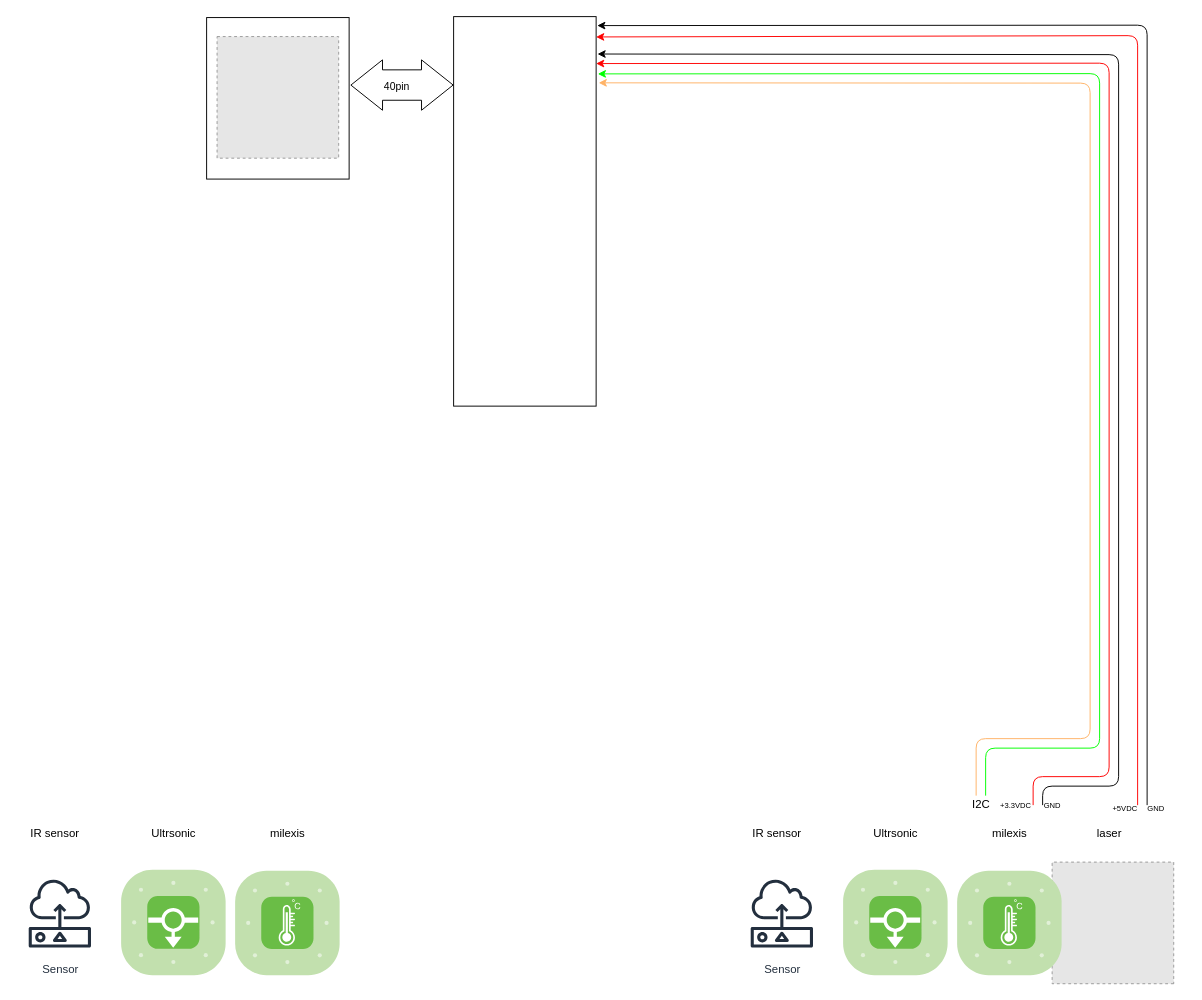
Before: ribon-diagram.drawio in 2zlodey/4drawio, a draw.io diagram. Source tidied: cells renumbered, new cells numbered last; positions are measured from the earlier drawing's top-left corner, leaving out a move shared by most shapes. Both pictures are drawn from the tidied source at 95%, with x=0, y=0 at pixel (16, 16). Pictures stored in the file or linked from it are replaced by grey dashed boxes.
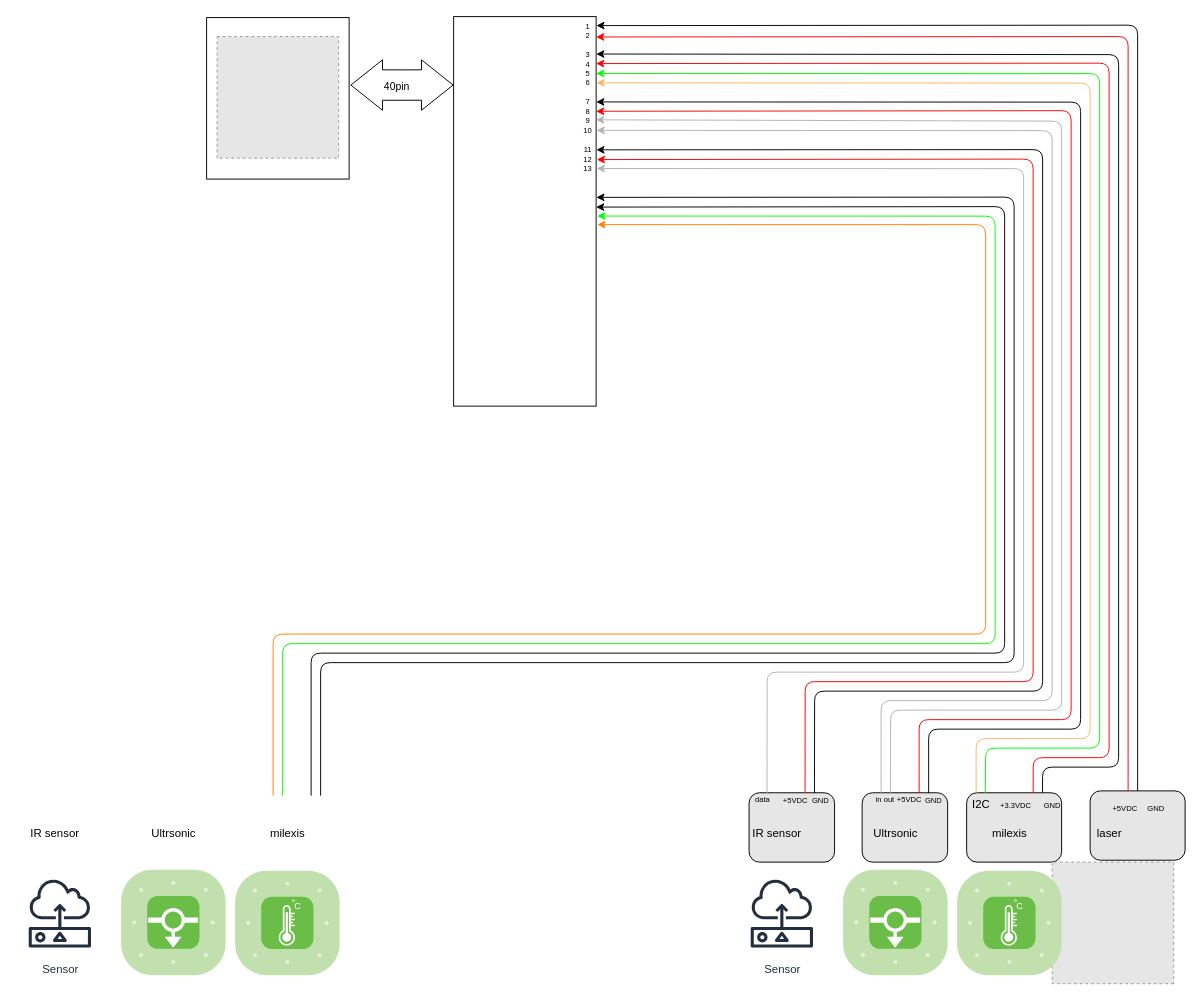
The same page after the edit.

The change refers to these unchanged cells:
```xml
<mxCell id="4" style="rounded=0;whiteSpace=wrap;html=1;" parent="1" vertex="1">
  <mxGeometry x="460" width="150" height="410" as="geometry" />
</mxCell>
```

Diff of the diagram source:
```diff
@@
+    <mxCell id="32" style="rounded=1;whiteSpace=wrap;html=1;fontSize=8;fillColor=#E6E6E6;" parent="1" vertex="1">
+      <mxGeometry x="890" y="817" width="90" height="73" as="geometry" />
+    </mxCell>
+    <mxCell id="33" value="&lt;div style=&quot;font-size: 8px&quot;&gt;&lt;font style=&quot;font-size: 8px&quot;&gt;+5VDC&lt;/font&gt;&lt;/div&gt;" style="text;html=1;strokeColor=none;fillColor=none;align=center;verticalAlign=middle;whiteSpace=wrap;rounded=0;" parent="1" vertex="1">
+      <mxGeometry x="920" y="814" width="40" height="20" as="geometry" />
+    </mxCell>
+    <mxCell id="34" style="rounded=1;whiteSpace=wrap;html=1;fontSize=8;fillColor=#E6E6E6;" parent="1" vertex="1">
+      <mxGeometry x="1130" y="815" width="100" height="73" as="geometry" />
+    </mxCell>
+    <mxCell id="35" style="rounded=1;whiteSpace=wrap;html=1;fontSize=8;fillColor=#E6E6E6;" parent="1" vertex="1">
+      <mxGeometry x="1000" y="817" width="100" height="73" as="geometry" />
+    </mxCell>
+    <mxCell id="36" style="rounded=1;whiteSpace=wrap;html=1;fontSize=8;fillColor=#E6E6E6;" parent="1" vertex="1">
+      <mxGeometry x="771" y="817" width="90" height="73" as="geometry" />
+    </mxCell>
@@
-    <mxCell id="21" style="endArrow=classic;html=1;entryX=1.008;entryY=0.023;entryDx=0;entryDy=0;entryPerimeter=0;" parent="1" edge="1" target="4">
+    <mxCell id="21" style="endArrow=classic;html=1;entryX=1.002;entryY=0.023;entryDx=0;entryDy=0;entryPerimeter=0;exitX=0.5;exitY=0;exitDx=0;exitDy=0;" parent="1" edge="1" source="34" target="4">
       <mxGeometry relative="1" as="geometry">
-        <mxPoint x="1190" y="830" as="sourcePoint" />
         <Array as="points">
-          <mxPoint x="1190" y="9" />
+          <mxPoint x="1180" y="9" />
         </Array>
       </mxGeometry>
     </mxCell>
-    <mxCell id="22" style="endArrow=classic;html=1;entryX=1.008;entryY=0.023;entryDx=0;entryDy=0;entryPerimeter=0;strokeColor=#FF0000;" parent="1" edge="1">
+    <mxCell id="22" style="endArrow=classic;html=1;entryX=1.008;entryY=0.023;entryDx=0;entryDy=0;entryPerimeter=0;strokeColor=#FF0000;exitX=0.4;exitY=0.001;exitDx=0;exitDy=0;exitPerimeter=0;" parent="1" edge="1" source="34">
       <mxGeometry relative="1" as="geometry">
-        <mxPoint x="1180" y="830" as="sourcePoint" />
         <mxPoint x="610" y="21.4" as="targetPoint" />
         <Array as="points">
-          <mxPoint x="1180" y="20" />
+          <mxPoint x="1170" y="790" />
+          <mxPoint x="1170" y="21" />
         </Array>
       </mxGeometry>
     </mxCell>
@@
-    <mxCell id="25" style="endArrow=classic;html=1;entryX=1.01;entryY=0.096;entryDx=0;entryDy=0;entryPerimeter=0;" parent="1" edge="1" target="4">
+    <mxCell id="25" style="endArrow=classic;html=1;entryX=1.001;entryY=0.096;entryDx=0;entryDy=0;entryPerimeter=0;exitX=0.799;exitY=0;exitDx=0;exitDy=0;exitPerimeter=0;" parent="1" edge="1" source="35" target="4">
       <mxGeometry relative="1" as="geometry">
-        <mxPoint x="1080" y="830" as="sourcePoint" />
         <Array as="points">
-          <mxPoint x="1080" y="810" />
-          <mxPoint x="1160" y="810" />
+          <mxPoint x="1080" y="790" />
+          <mxPoint x="1160" y="790" />
           <mxPoint x="1160" y="40" />
         </Array>
       </mxGeometry>
     </mxCell>
-    <mxCell id="26" style="endArrow=classic;html=1;entryX=1.01;entryY=0.096;entryDx=0;entryDy=0;entryPerimeter=0;strokeColor=#FF0000;" parent="1" edge="1">
+    <mxCell id="26" style="endArrow=classic;html=1;entryX=1.01;entryY=0.096;entryDx=0;entryDy=0;entryPerimeter=0;strokeColor=#FF0000;exitX=0.701;exitY=-0.001;exitDx=0;exitDy=0;exitPerimeter=0;" parent="1" edge="1" source="35">
       <mxGeometry relative="1" as="geometry">
-        <mxPoint x="1070" y="830" as="sourcePoint" />
         <mxPoint x="610" y="49.4" as="targetPoint" />
         <Array as="points">
-          <mxPoint x="1070" y="800" />
-          <mxPoint x="1150" y="800" />
+          <mxPoint x="1070" y="780" />
+          <mxPoint x="1150" y="780" />
           <mxPoint x="1150" y="49" />
         </Array>
       </mxGeometry>
     </mxCell>
@@
-    <mxCell id="29" style="endArrow=classic;html=1;entryX=1.012;entryY=0.147;entryDx=0;entryDy=0;entryPerimeter=0;strokeColor=#00FF00;" parent="1" edge="1" target="4">
+    <mxCell id="29" style="endArrow=classic;html=1;entryX=1;entryY=0.146;entryDx=0;entryDy=0;entryPerimeter=0;strokeColor=#00FF00;exitX=0.197;exitY=0.006;exitDx=0;exitDy=0;exitPerimeter=0;" parent="1" edge="1" source="35" target="4">
       <mxGeometry relative="1" as="geometry">
-        <mxPoint x="1020" y="820" as="sourcePoint" />
         <Array as="points">
           <mxPoint x="1020" y="770" />
           <mxPoint x="1140" y="770" />
           <mxPoint x="1140" y="60" />
         </Array>
       </mxGeometry>
     </mxCell>
-    <mxCell id="30" style="endArrow=classic;html=1;entryX=1.018;entryY=0.17;entryDx=0;entryDy=0;entryPerimeter=0;strokeColor=#FFB366;" parent="1" edge="1" target="4">
+    <mxCell id="30" style="endArrow=classic;html=1;entryX=1.003;entryY=0.17;entryDx=0;entryDy=0;entryPerimeter=0;strokeColor=#FFB366;exitX=0.1;exitY=0.002;exitDx=0;exitDy=0;exitPerimeter=0;" parent="1" edge="1" source="35" target="4">
       <mxGeometry relative="1" as="geometry">
-        <mxPoint x="1010" y="820" as="sourcePoint" />
         <Array as="points">
           <mxPoint x="1010" y="760" />
           <mxPoint x="1130" y="760" />
           <mxPoint x="1130" y="70" />
         </Array>
       </mxGeometry>
     </mxCell>
@@
+    <mxCell id="37" style="endArrow=classic;html=1;entryX=1.001;entryY=0.219;entryDx=0;entryDy=0;entryPerimeter=0;exitX=1;exitY=0.167;exitDx=0;exitDy=0;exitPerimeter=0;" parent="1" edge="1" source="33" target="4">
+      <mxGeometry relative="1" as="geometry">
+        <Array as="points">
+          <mxPoint x="960" y="750" />
+          <mxPoint x="1120" y="750" />
+          <mxPoint x="1120" y="90" />
+        </Array>
+      </mxGeometry>
+    </mxCell>
+    <mxCell id="38" style="endArrow=classic;html=1;entryX=1;entryY=0.243;entryDx=0;entryDy=0;entryPerimeter=0;strokeColor=#FF0000;exitX=0.667;exitY=0.004;exitDx=0;exitDy=0;exitPerimeter=0;" parent="1" edge="1" source="32" target="4">
+      <mxGeometry relative="1" as="geometry">
+        <Array as="points">
+          <mxPoint x="950" y="740" />
+          <mxPoint x="1110" y="740" />
+          <mxPoint x="1110" y="99" />
+        </Array>
+      </mxGeometry>
+    </mxCell>
+    <mxCell id="39" style="endArrow=classic;html=1;entryX=1;entryY=0.265;entryDx=0;entryDy=0;entryPerimeter=0;strokeColor=#B3B3B3;exitX=0.332;exitY=-0.003;exitDx=0;exitDy=0;exitPerimeter=0;" parent="1" edge="1" source="32" target="4">
+      <mxGeometry relative="1" as="geometry">
+        <Array as="points">
+          <mxPoint x="920" y="730" />
+          <mxPoint x="1100" y="730" />
+          <mxPoint x="1100" y="110" />
+        </Array>
+      </mxGeometry>
+    </mxCell>
+    <mxCell id="40" style="endArrow=classic;html=1;entryX=1.004;entryY=0.292;entryDx=0;entryDy=0;entryPerimeter=0;strokeColor=#B3B3B3;exitX=0.222;exitY=0;exitDx=0;exitDy=0;exitPerimeter=0;" parent="1" edge="1" source="32" target="4">
+      <mxGeometry relative="1" as="geometry">
+        <Array as="points">
+          <mxPoint x="910" y="720" />
+          <mxPoint x="1090" y="720" />
+          <mxPoint x="1090" y="120" />
+        </Array>
+      </mxGeometry>
+    </mxCell>
+    <mxCell id="41" value="&lt;font style=&quot;font-size: 8px&quot;&gt;GND&lt;/font&gt;" style="text;html=1;align=center;verticalAlign=middle;" parent="1" vertex="1">
+      <mxGeometry x="950" y="814" width="30" height="20" as="geometry" />
+    </mxCell>
+    <mxCell id="42" value="&lt;div style=&quot;font-size: 8px&quot;&gt;&lt;font style=&quot;font-size: 8px&quot;&gt;in out&lt;/font&gt;&lt;/div&gt;" style="text;html=1;align=center;verticalAlign=middle;" parent="1" vertex="1">
+      <mxGeometry x="893.5" y="814" width="40" height="20" as="geometry" />
+    </mxCell>
+    <mxCell id="43" style="endArrow=classic;html=1;entryX=1.002;entryY=0.342;entryDx=0;entryDy=0;entryPerimeter=0;exitX=0.765;exitY=0.004;exitDx=0;exitDy=0;exitPerimeter=0;" parent="1" edge="1" source="36" target="4">
+      <mxGeometry relative="1" as="geometry">
+        <Array as="points">
+          <mxPoint x="840" y="710" />
+          <mxPoint x="1080" y="710" />
+          <mxPoint x="1080" y="140" />
+        </Array>
+      </mxGeometry>
+    </mxCell>
+    <mxCell id="44" style="endArrow=classic;html=1;entryX=1.005;entryY=0.367;entryDx=0;entryDy=0;entryPerimeter=0;strokeColor=#FF0000;exitX=0.655;exitY=0.003;exitDx=0;exitDy=0;exitPerimeter=0;" parent="1" edge="1" source="36" target="4">
+      <mxGeometry relative="1" as="geometry">
+        <Array as="points">
+          <mxPoint x="830" y="700" />
+          <mxPoint x="1070" y="700" />
+          <mxPoint x="1070" y="150" />
+        </Array>
+      </mxGeometry>
+    </mxCell>
+    <mxCell id="45" style="endArrow=classic;html=1;entryX=1.004;entryY=0.39;entryDx=0;entryDy=0;entryPerimeter=0;strokeColor=#B3B3B3;exitX=0.21;exitY=0.004;exitDx=0;exitDy=0;exitPerimeter=0;" parent="1" edge="1" source="36" target="4">
+      <mxGeometry relative="1" as="geometry">
+        <Array as="points">
+          <mxPoint x="790" y="690" />
+          <mxPoint x="1060" y="690" />
+          <mxPoint x="1060" y="160" />
+        </Array>
+      </mxGeometry>
+    </mxCell>
+    <mxCell id="46" value="&lt;div style=&quot;font-size: 8px&quot;&gt;&lt;font style=&quot;font-size: 8px&quot;&gt;+5VDC&lt;/font&gt;&lt;/div&gt;" style="text;html=1;strokeColor=none;fillColor=none;align=center;verticalAlign=middle;whiteSpace=wrap;rounded=0;" parent="1" vertex="1">
+      <mxGeometry x="800" y="815" width="40" height="20" as="geometry" />
+    </mxCell>
+    <mxCell id="47" value="&lt;font style=&quot;font-size: 8px&quot;&gt;GND&lt;/font&gt;" style="text;html=1;align=center;verticalAlign=middle;" parent="1" vertex="1">
+      <mxGeometry x="831" y="814" width="30" height="20" as="geometry" />
+    </mxCell>
+    <mxCell id="48" value="data" style="text;html=1;align=center;verticalAlign=middle;fontSize=8;" parent="1" vertex="1">
+      <mxGeometry x="770" y="814" width="30" height="20" as="geometry" />
+    </mxCell>
+    <mxCell id="49" value="1" style="text;html=1;align=center;verticalAlign=middle;fontSize=8;" parent="1" vertex="1">
+      <mxGeometry x="591" width="20" height="20" as="geometry" />
+    </mxCell>
+    <mxCell id="50" value="2" style="text;html=1;align=center;verticalAlign=middle;fontSize=8;" parent="1" vertex="1">
+      <mxGeometry x="591" y="10" width="20" height="20" as="geometry" />
+    </mxCell>
+    <mxCell id="51" value="3" style="text;html=1;align=center;verticalAlign=middle;fontSize=8;" parent="1" vertex="1">
+      <mxGeometry x="591" y="30" width="20" height="20" as="geometry" />
+    </mxCell>
+    <mxCell id="52" value="4" style="text;html=1;align=center;verticalAlign=middle;fontSize=8;" parent="1" vertex="1">
+      <mxGeometry x="591" y="40" width="20" height="20" as="geometry" />
+    </mxCell>
+    <mxCell id="53" value="5" style="text;html=1;align=center;verticalAlign=middle;fontSize=8;" parent="1" vertex="1">
+      <mxGeometry x="591" y="50" width="20" height="20" as="geometry" />
+    </mxCell>
+    <mxCell id="54" value="6" style="text;html=1;align=center;verticalAlign=middle;fontSize=8;" parent="1" vertex="1">
+      <mxGeometry x="591" y="60" width="20" height="20" as="geometry" />
+    </mxCell>
+    <mxCell id="55" value="7" style="text;html=1;align=center;verticalAlign=middle;fontSize=8;" parent="1" vertex="1">
+      <mxGeometry x="591" y="80" width="20" height="20" as="geometry" />
+    </mxCell>
+    <mxCell id="56" value="8" style="text;html=1;align=center;verticalAlign=middle;fontSize=8;" parent="1" vertex="1">
+      <mxGeometry x="591" y="90" width="20" height="20" as="geometry" />
+    </mxCell>
+    <mxCell id="57" value="9" style="text;html=1;align=center;verticalAlign=middle;fontSize=8;" parent="1" vertex="1">
+      <mxGeometry x="591" y="100" width="20" height="20" as="geometry" />
+    </mxCell>
+    <mxCell id="58" value="10" style="text;html=1;align=center;verticalAlign=middle;fontSize=8;" parent="1" vertex="1">
+      <mxGeometry x="591" y="110" width="20" height="20" as="geometry" />
+    </mxCell>
+    <mxCell id="59" value="11" style="text;html=1;align=center;verticalAlign=middle;fontSize=8;" parent="1" vertex="1">
+      <mxGeometry x="591" y="130" width="20" height="20" as="geometry" />
+    </mxCell>
+    <mxCell id="60" value="12" style="text;html=1;align=center;verticalAlign=middle;fontSize=8;" parent="1" vertex="1">
+      <mxGeometry x="591" y="140" width="20" height="20" as="geometry" />
+    </mxCell>
+    <mxCell id="61" value="13" style="text;html=1;align=center;verticalAlign=middle;fontSize=8;" parent="1" vertex="1">
+      <mxGeometry x="591" y="150" width="20" height="20" as="geometry" />
+    </mxCell>
+    <mxCell id="62" style="endArrow=classic;html=1;fontSize=8;entryX=1.002;entryY=0.464;entryDx=0;entryDy=0;entryPerimeter=0;" parent="1" edge="1" target="4">
+      <mxGeometry relative="1" as="geometry">
+        <mxPoint x="320" y="820" as="sourcePoint" />
+        <Array as="points">
+          <mxPoint x="320" y="680" />
+          <mxPoint x="1050" y="680" />
+          <mxPoint x="1050" y="190" />
+        </Array>
+      </mxGeometry>
+    </mxCell>
+    <mxCell id="63" style="endArrow=classic;html=1;fontSize=8;entryX=1;entryY=0.489;entryDx=0;entryDy=0;entryPerimeter=0;" parent="1" edge="1" target="4">
+      <mxGeometry relative="1" as="geometry">
+        <mxPoint x="310" y="820" as="sourcePoint" />
+        <Array as="points">
+          <mxPoint x="310" y="670" />
+          <mxPoint x="1040" y="670" />
+          <mxPoint x="1040" y="200" />
+        </Array>
+      </mxGeometry>
+    </mxCell>
+    <mxCell id="64" style="endArrow=classic;html=1;fontSize=8;entryX=1.008;entryY=0.512;entryDx=0;entryDy=0;entryPerimeter=0;strokeColor=#00FF00;" parent="1" edge="1" target="4">
+      <mxGeometry relative="1" as="geometry">
+        <mxPoint x="280" y="820" as="sourcePoint" />
+        <Array as="points">
+          <mxPoint x="280" y="660" />
+          <mxPoint x="1030" y="660" />
+          <mxPoint x="1030" y="210" />
+        </Array>
+      </mxGeometry>
+    </mxCell>
+    <mxCell id="65" style="endArrow=classic;html=1;fontSize=8;entryX=1.009;entryY=0.534;entryDx=0;entryDy=0;entryPerimeter=0;strokeColor=#FF8000;" parent="1" edge="1" target="4">
+      <mxGeometry relative="1" as="geometry">
+        <mxPoint x="270" y="820" as="sourcePoint" />
+        <Array as="points">
+          <mxPoint x="270" y="650" />
+          <mxPoint x="1020" y="650" />
+          <mxPoint x="1020" y="219" />
+        </Array>
+      </mxGeometry>
+    </mxCell>
```
